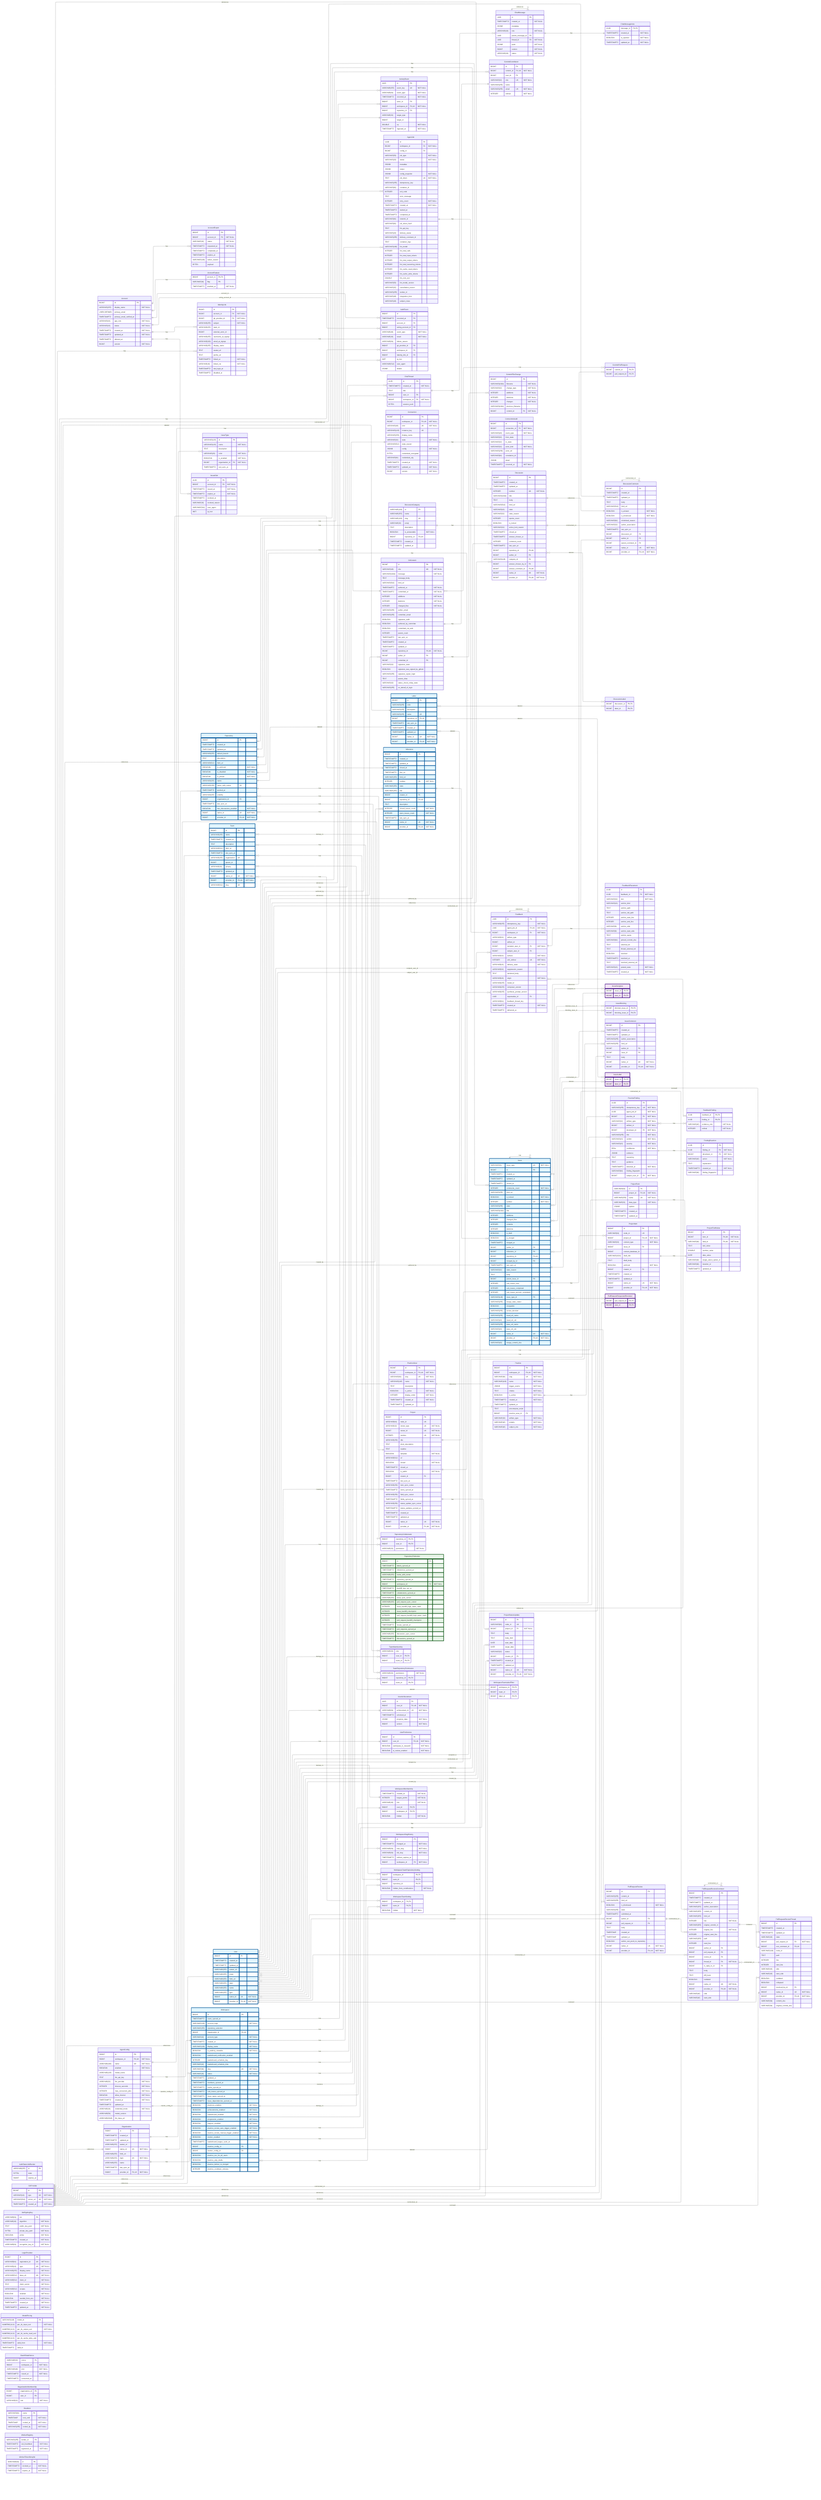
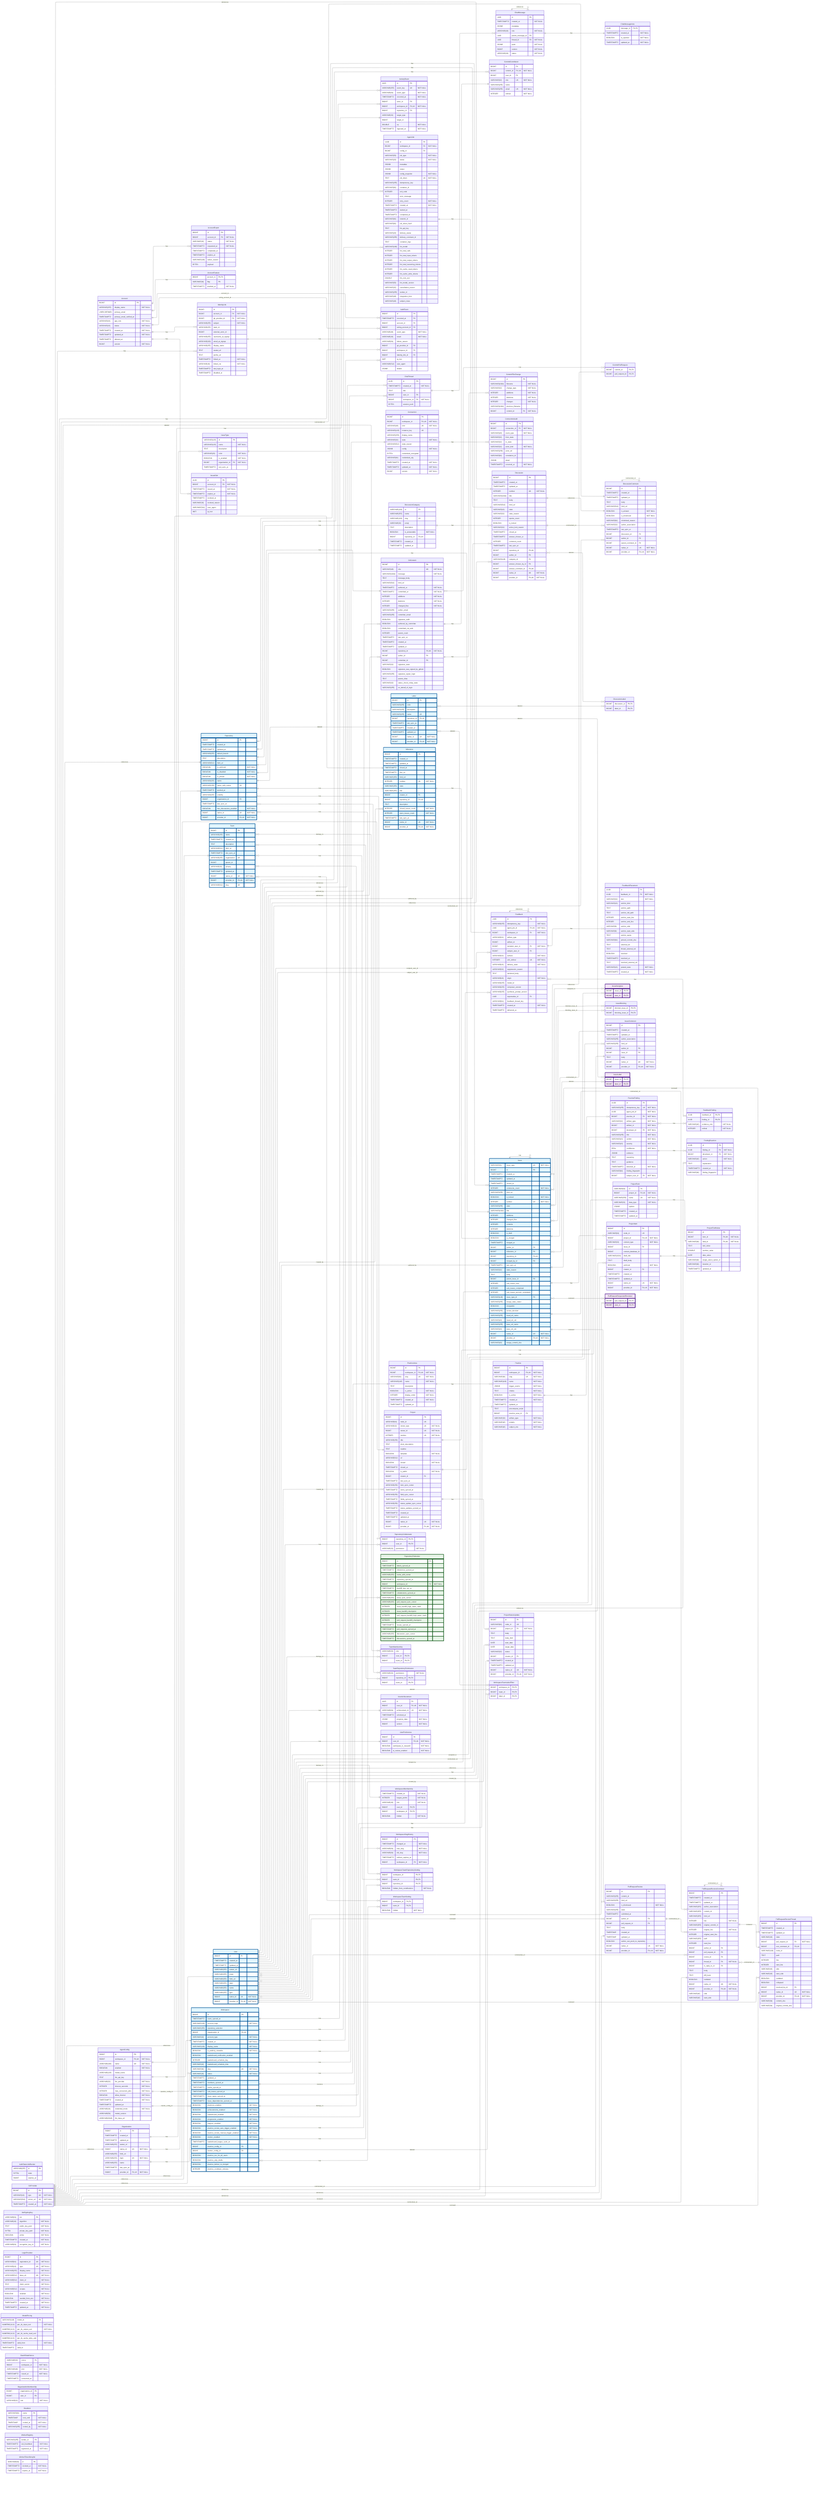
---
config:
    layout: elk
---
erDiagram
    %% Generated automatically from PostgreSQL database schema
    %% using scripts/generate-mermaid-erd.ts
    %% To regenerate: pnpm run db:generate-erd-docs

    direction LR

    Account {
        BIGINT id PK
        VARCHAR(255) display_name "NOT NULL"
        USER-DEFINED primary_email
        TIMESTAMPTZ primary_email_verified_at
        VARCHAR(16) app_role "NOT NULL"
        VARCHAR(16) status "NOT NULL"
        TIMESTAMPTZ created_at "NOT NULL"
        TIMESTAMPTZ updated_at "NOT NULL"
        TIMESTAMPTZ deleted_at
        BIGINT version "NOT NULL"
    }

    AccountExport {
        BIGINT id PK
        BIGINT account_id FK "NOT NULL"
        VARCHAR(16) status "NOT NULL"
        TIMESTAMPTZ requested_at "NOT NULL"
        TIMESTAMPTZ completed_at
        TIMESTAMPTZ expires_at
        VARCHAR(128) failure_reason
        BYTEA payload
    }

    AccountFeature {
        BIGINT account_id PK,FK
        VARCHAR(64) flag PK
        TIMESTAMPTZ enabled_at "NOT NULL"
    }

    ActivityEvent {
        UUID id PK
        VARCHAR(255) event_key UK "NOT NULL"
        VARCHAR(64) event_type "NOT NULL"
        TIMESTAMPTZ occurred_at "NOT NULL"
        BIGINT actor_id FK
        BIGINT workspace_id FK,UK "NOT NULL"
        BIGINT repository_id FK
        VARCHAR(32) target_type
        BIGINT target_id
        DOUBLE xp "NOT NULL"
        TIMESTAMPTZ ingested_at "NOT NULL"
    }

    AgentConfig {
        BIGINT id PK
        BIGINT workspace_id FK,UK "NOT NULL"
        VARCHAR(100) name UK "NOT NULL"
        BOOLEAN enabled "NOT NULL"
        VARCHAR(128) model_name
        TEXT llm_api_key
        VARCHAR(32) llm_provider "NOT NULL"
        INTEGER timeout_seconds "NOT NULL"
        INTEGER max_concurrent_jobs "NOT NULL"
        BOOLEAN allow_internet "NOT NULL"
        TIMESTAMPTZ created_at "NOT NULL"
        TIMESTAMPTZ updated_at
        VARCHAR(16) credential_mode "NOT NULL"
        VARCHAR(50) model_version
        VARCHAR(2048) llm_base_url
    }

    AgentJob {
        UUID id PK
        BIGINT workspace_id FK "NOT NULL"
        BIGINT config_id FK
        VARCHAR(50) job_type "NOT NULL"
        VARCHAR(20) status "NOT NULL"
        JSONB metadata
        JSONB output
        JSONB config_snapshot "NOT NULL"
        TEXT job_token UK "NOT NULL"
        VARCHAR(255) idempotency_key
        VARCHAR(64) container_id
        INTEGER exit_code
        TEXT error_message
        INTEGER retry_count "NOT NULL"
        TIMESTAMPTZ created_at "NOT NULL"
        TIMESTAMPTZ started_at
        TIMESTAMPTZ completed_at
        VARCHAR(64) network_id
        VARCHAR(64) job_token_hash
        TEXT llm_api_key
        VARCHAR(20) delivery_status
        VARCHAR(255) delivery_comment_id
        TEXT container_logs
        VARCHAR(100) llm_model
        INTEGER llm_total_calls
        INTEGER llm_total_input_tokens
        INTEGER llm_total_output_tokens
        INTEGER llm_total_reasoning_tokens
        INTEGER llm_cache_read_tokens
        INTEGER llm_cache_write_tokens
        DOUBLE llm_cost_usd
        VARCHAR(50) llm_model_version
        VARCHAR(32) cancellation_reason
        VARCHAR(255) worker_id
        VARCHAR(48) integration_kind
        VARCHAR(48) subject_class
    }

    AuthEvent {
        BIGINT id PK
        TIMESTAMPTZ occurred_at PK
        BIGINT account_id FK
        BIGINT acting_account_id FK
        VARCHAR(48) event_type "NOT NULL"
        VARCHAR(16) result "NOT NULL"
        VARCHAR(64) failure_reason
        BIGINT git_provider_id FK
        BIGINT workspace_id FK
        BIGINT identity_link_id FK
        INET ip_inet
        VARCHAR(512) user_agent
        JSONB details
    }

    AuthRateLimitBucket {
        VARCHAR(255) id PK
        BYTEA state
        BIGINT expires_at
    }

    ChatMessage {
        UUID id PK
        TIMESTAMPTZ created_at "NOT NULL"
        JSONB metadata
        VARCHAR(16) role "NOT NULL"
        UUID parent_message_id FK
        UUID thread_id FK "NOT NULL"
        JSONB parts "NOT NULL"
        BIGINT version "NOT NULL"
        VARCHAR(16) status "NOT NULL"
    }

    ChatMessageVote {
        UUID message_id PK,FK
        TIMESTAMPTZ created_at "NOT NULL"
        BOOLEAN is_upvoted "NOT NULL"
        TIMESTAMPTZ updated_at "NOT NULL"
    }

    ChatThread {
        UUID id PK
        TIMESTAMPTZ created_at "NOT NULL"
        TEXT title
        BIGINT user_id FK
        BIGINT workspace_id FK "NOT NULL"
        BYTEA session_jsonl
    }

    CommitContributor {
        BIGINT id PK
        BIGINT commit_id FK,UK "NOT NULL"
        BIGINT user_id FK
        VARCHAR(32) role UK "NOT NULL"
        VARCHAR(255) name
        VARCHAR(255) email UK "NOT NULL"
        INTEGER ordinal "NOT NULL"
    }

    CommitFileChange {
        BIGINT id PK
        VARCHAR(1024) filename "NOT NULL"
        VARCHAR(32) change_type "NOT NULL"
        INTEGER additions "NOT NULL"
        INTEGER deletions "NOT NULL"
        INTEGER changes "NOT NULL"
        VARCHAR(1024) previous_filename
        BIGINT commit_id FK "NOT NULL"
    }

    CommitPullRequest {
        BIGINT commit_id PK,FK
        BIGINT pull_request_id PK,FK
    }

    Connection {
        BIGINT id PK
        BIGINT workspace_id FK,UK "NOT NULL"
        VARCHAR(48) kind UK "NOT NULL"
        VARCHAR(128) instance_key UK
        VARCHAR(256) display_name
        VARCHAR(32) state "NOT NULL"
        VARCHAR(512) state_reason
        JSONB config "NOT NULL"
        BYTEA credentials_encrypted
        VARCHAR(64) credentials_alg
        TIMESTAMPTZ created_at "NOT NULL"
        TIMESTAMPTZ updated_at "NOT NULL"
        BIGINT version "NOT NULL"
    }

    ConnectionAudit {
        BIGINT id PK
        BIGINT connection_id FK "NOT NULL"
        VARCHAR(48) event_type "NOT NULL"
        VARCHAR(32) from_state
        VARCHAR(32) to_state
        VARCHAR(32) actor_kind "NOT NULL"
        VARCHAR(256) actor_ref
        VARCHAR(64) correlation_id
        JSONB detail
        TIMESTAMPTZ occurred_at "NOT NULL"
    }

    Discussion {
        BIGINT id PK
        TIMESTAMPTZ created_at
        TIMESTAMPTZ updated_at
        INTEGER number UK "NOT NULL"
        VARCHAR(1024) title
        TEXT body
        VARCHAR(512) html_url
        VARCHAR(16) state
        VARCHAR(32) state_reason
        INTEGER upvote_count
        BOOLEAN is_locked
        VARCHAR(32) active_lock_reason
        TIMESTAMPTZ closed_at
        TIMESTAMPTZ answer_chosen_at
        INTEGER comment_count
        TIMESTAMPTZ last_sync_at
        BIGINT repository_id FK,UK
        BIGINT author_id FK
        VARCHAR(128) category_id FK
        BIGINT answer_chosen_by_id FK
        BIGINT answer_comment_id FK,UK
        BIGINT native_id UK "NOT NULL"
        BIGINT provider_id FK,UK "NOT NULL"
    }

    DiscussionCategory {
        VARCHAR(128) id PK
        VARCHAR(255) name
        VARCHAR(128) slug UK
        VARCHAR(32) emoji
        TEXT description
        BOOLEAN is_answerable "NOT NULL"
        BIGINT repository_id FK,UK
        TIMESTAMPTZ created_at
        TIMESTAMPTZ updated_at
    }

    DiscussionComment {
        BIGINT id PK
        TIMESTAMPTZ created_at
        TIMESTAMPTZ updated_at
        TEXT body
        VARCHAR(512) html_url
        BOOLEAN is_answer "NOT NULL"
        BOOLEAN is_minimized "NOT NULL"
        VARCHAR(64) minimized_reason
        VARCHAR(32) author_association
        TIMESTAMPTZ last_sync_at
        BIGINT discussion_id FK
        BIGINT author_id FK
        BIGINT parent_comment_id FK
        BIGINT native_id UK "NOT NULL"
        BIGINT provider_id FK,UK "NOT NULL"
    }

    DiscussionLabel {
        BIGINT discussion_id PK,FK
        BIGINT label_id PK,FK
    }

    Feedback {
        UUID id PK
        VARCHAR(255) idempotency_key "NOT NULL"
        UUID agent_job_id FK,UK "NOT NULL"
        BIGINT workspace_id FK "NOT NULL"
        VARCHAR(32) artifact_type
        BIGINT artifact_id
        BIGINT recipient_user_id FK "NOT NULL"
        BIGINT subject_user_id FK
        VARCHAR(32) surface "NOT NULL"
        INTEGER unit_ordinal UK "NOT NULL"
        VARCHAR(16) delivery_state "NOT NULL"
        VARCHAR(32) suppression_reason
        TEXT rendered_body
        VARCHAR(16) origin "NOT NULL"
        VARCHAR(255) model_id
        VARCHAR(255) composer_version
        VARCHAR(255) synthesis_prompt_version
        UUID supersedes_id FK
        VARCHAR(64) feedback_thread_key
        TIMESTAMPTZ created_at "NOT NULL"
        TIMESTAMPTZ delivered_at
    }

    FeedbackFinding {
        UUID feedback_id PK,FK
        UUID finding_id PK,FK
        VARCHAR(16) evidence_role "NOT NULL"
        INTEGER ordinal "NOT NULL"
    }

    FeedbackPlacement {
        UUID id PK
        UUID feedback_id FK "NOT NULL"
        VARCHAR(32) slot "NOT NULL"
        VARCHAR(16) anchor_kind
        TEXT anchor_path
        TEXT anchor_old_path
        INTEGER anchor_start_line
        INTEGER anchor_end_line
        VARCHAR(8) anchor_side
        VARCHAR(8) anchor_start_side
        TEXT anchor_quote
        VARCHAR(64) pinned_commit_sha
        TEXT external_ref
        TEXT thread_external_ref
        BOOLEAN resolved
        TIMESTAMPTZ resolved_at
        TEXT resolved_external_ref
        VARCHAR(16) posted_state "NOT NULL"
        TIMESTAMPTZ created_at "NOT NULL"
    }

    FindingReaction {
        UUID id PK
        UUID finding_id FK "NOT NULL"
        BIGINT developer_id FK "NOT NULL"
        VARCHAR(16) action "NOT NULL"
        TEXT explanation
        TIMESTAMPTZ created_at "NOT NULL"
        VARCHAR(64) finding_fingerprint
    }

    GitCommit {
        BIGINT id PK
        VARCHAR(40) sha UK "NOT NULL"
        VARCHAR(1024) message "NOT NULL"
        TEXT message_body
        VARCHAR(512) html_url
        TIMESTAMPTZ authored_at "NOT NULL"
        TIMESTAMPTZ committed_at "NOT NULL"
        INTEGER additions "NOT NULL"
        INTEGER deletions "NOT NULL"
        INTEGER changed_files "NOT NULL"
        VARCHAR(255) author_email
        VARCHAR(255) committer_email
        BOOLEAN signature_valid
        BOOLEAN authored_by_committer
        BOOLEAN committed_via_web
        INTEGER parent_count
        TIMESTAMPTZ last_sync_at
        TIMESTAMPTZ created_at
        TIMESTAMPTZ updated_at
        BIGINT repository_id FK,UK "NOT NULL"
        BIGINT author_id FK
        BIGINT committer_id FK
        VARCHAR(32) signature_state
        BOOLEAN signature_was_signed_by_github
        VARCHAR(255) signature_signer_login
        TEXT parent_shas
        VARCHAR(32) status_check_rollup_state
        VARCHAR(255) on_behalf_of_login
    }

    GitProvider {
        BIGINT id PK
        VARCHAR(10) type UK "NOT NULL"
        VARCHAR(512) server_url UK "NOT NULL"
        TIMESTAMPTZ created_at "NOT NULL"
    }

    IdentityLink {
        BIGINT id PK
        BIGINT account_id FK "NOT NULL"
        BIGINT git_provider_id FK "NOT NULL"
        VARCHAR(255) subject "NOT NULL"
        VARCHAR(255) team_id
        BIGINT external_actor_id
        VARCHAR(255) username_at_signup
        VARCHAR(320) email_at_signup
        VARCHAR(255) display_name
        TEXT avatar_url
        TEXT profile_url
        TIMESTAMPTZ linked_at "NOT NULL"
        VARCHAR(16) linked_via "NOT NULL"
        TIMESTAMPTZ last_login_at
        TIMESTAMPTZ disabled_at
    }

    Issue {
        VARCHAR(31) issue_type UK "NOT NULL"
        BIGINT id PK
        TIMESTAMPTZ created_at
        TIMESTAMPTZ updated_at
        TIMESTAMPTZ closed_at
        INTEGER comments_count "NOT NULL"
        VARCHAR(255) html_url
        BOOLEAN is_locked "NOT NULL"
        INTEGER number UK "NOT NULL"
        VARCHAR(255) state
        VARCHAR(1024) title
        INTEGER additions
        INTEGER changed_files
        INTEGER commits
        INTEGER deletions
        BOOLEAN is_draft
        BOOLEAN is_merged
        TIMESTAMPTZ merged_at
        BIGINT author_id FK
        BIGINT milestone_id FK
        BIGINT repository_id FK,UK
        BIGINT merged_by_id FK
        TIMESTAMPTZ last_sync_at
        VARCHAR(32) state_reason
        TEXT body
        BIGINT parent_issue_id FK
        INTEGER sub_issues_total
        INTEGER sub_issues_completed
        INTEGER sub_issues_percent_completed
        VARCHAR(128) issue_type_id FK
        VARCHAR(255) merge_state_status
        BOOLEAN mergeable
        VARCHAR(255) review_decision
        VARCHAR(255) head_ref_name
        VARCHAR(40) head_ref_oid
        VARCHAR(255) base_ref_name
        VARCHAR(40) base_ref_oid
        BIGINT native_id UK "NOT NULL"
        BIGINT provider_id FK,UK "NOT NULL"
        VARCHAR(40) merge_commit_sha
    }

    IssueAssignee {
        BIGINT issue_id PK,FK
        BIGINT user_id PK,FK
    }

    IssueBlocking {
        BIGINT blocked_issue_id PK,FK
        BIGINT blocking_issue_id PK,FK
    }

    IssueComment {
        BIGINT id PK
        TIMESTAMPTZ created_at
        TIMESTAMPTZ updated_at
        VARCHAR(255) author_association
        VARCHAR(255) html_url
        BIGINT author_id FK
        BIGINT issue_id FK
        TEXT body
        BIGINT native_id UK "NOT NULL"
        BIGINT provider_id FK,UK "NOT NULL"
    }

    IssueLabel {
        BIGINT issue_id PK,FK
        BIGINT label_id PK,FK
    }

    IssueType {
        VARCHAR(128) id PK
        VARCHAR(128) name "NOT NULL"
        TEXT description
        VARCHAR(20) color "NOT NULL"
        BOOLEAN is_enabled "NOT NULL"
        BIGINT organization_id FK "NOT NULL"
        TIMESTAMPTZ last_sync_at
    }

    IssuedJwt {
        UUID jti PK
        BIGINT account_id FK "NOT NULL"
        TIMESTAMPTZ issued_at "NOT NULL"
        TIMESTAMPTZ expires_at "NOT NULL"
        TIMESTAMPTZ revoked_at
        VARCHAR(32) revoked_reason
        VARCHAR(512) user_agent
        INET ip_inet
    }

    JwtSigningKey {
        VARCHAR(64) kid PK
        VARCHAR(16) algorithm "NOT NULL"
        TEXT public_key_pem "NOT NULL"
        BYTEA private_key_pem "NOT NULL"
        BOOLEAN active "NOT NULL"
        TIMESTAMPTZ created_at "NOT NULL"
        VARCHAR(64) encryption_key_id "NOT NULL"
    }

    Label {
        BIGINT id PK
        VARCHAR(255) color
        VARCHAR(255) description
        VARCHAR(255) name UK
        BIGINT repository_id FK,UK
        TIMESTAMPTZ last_sync_at
        TIMESTAMPTZ created_at
        TIMESTAMPTZ updated_at
        BIGINT native_id UK "NOT NULL"
        BIGINT provider_id FK,UK "NOT NULL"
    }

    LoginProvider {
        BIGINT id PK
        VARCHAR(64) registration_id UK "NOT NULL"
        VARCHAR(10) type UK "NOT NULL"
        VARCHAR(255) display_name "NOT NULL"
        VARCHAR(512) base_url UK "NOT NULL"
        VARCHAR(512) client_id "NOT NULL"
        TEXT client_secret "NOT NULL"
        VARCHAR(512) scopes "NOT NULL"
        BOOLEAN enabled "NOT NULL"
        BOOLEAN seeded_from_env "NOT NULL"
        TIMESTAMPTZ created_at "NOT NULL"
        TIMESTAMPTZ updated_at "NOT NULL"
    }

    Milestone {
        BIGINT id PK
        TIMESTAMPTZ created_at
        TIMESTAMPTZ updated_at
        TIMESTAMPTZ closed_at
        TIMESTAMPTZ due_on
        VARCHAR(255) html_url
        INTEGER number UK "NOT NULL"
        VARCHAR(255) state
        VARCHAR(255) title
        BIGINT creator_id FK
        BIGINT repository_id FK,UK
        TEXT description
        INTEGER closed_issues_count "NOT NULL"
        INTEGER open_issues_count "NOT NULL"
        TIMESTAMPTZ last_sync_at
        BIGINT native_id UK "NOT NULL"
        BIGINT provider_id FK,UK "NOT NULL"
    }

    ModelPricing {
        VARCHAR(128) model_id PK
        NUMERIC(12,6) per_1k_input_usd "NOT NULL"
        NUMERIC(12,6) per_1k_output_usd "NOT NULL"
        NUMERIC(12,6) per_1k_cache_read_usd
        NUMERIC(12,6) per_1k_cache_write_usd
        TIMESTAMPTZ valid_from "NOT NULL"
        TIMESTAMPTZ valid_to
    }

    OauthStateNonce {
        VARCHAR(32) nonce PK
        BIGINT workspace_id "NOT NULL"
        VARCHAR(48) kind "NOT NULL"
        TIMESTAMPTZ issued_at "NOT NULL"
        TIMESTAMPTZ consumed_at
    }

    Organization {
        BIGINT id PK
        TIMESTAMPTZ created_at
        TIMESTAMPTZ updated_at
        VARCHAR(255) avatar_url
        BIGINT native_id UK "NOT NULL"
        VARCHAR(255) html_url
        VARCHAR(255) login UK "NOT NULL"
        VARCHAR(255) name
        TIMESTAMPTZ last_sync_at
        BIGINT provider_id FK,UK "NOT NULL"
    }

    OrganizationMembership {
        BIGINT organization_id PK
        BIGINT user_id PK
        VARCHAR(32) role "NOT NULL"
    }

    Practice {
        BIGINT id PK
        BIGINT workspace_id FK,UK "NOT NULL"
        VARCHAR(64) slug UK "NOT NULL"
        VARCHAR(128) name "NOT NULL"
        JSONB trigger_events "NOT NULL"
        TEXT criteria "NOT NULL"
        BOOLEAN is_active "NOT NULL"
        TIMESTAMPTZ created_at "NOT NULL"
        TIMESTAMPTZ updated_at
        TEXT precompute_script
        BIGINT practice_area_id FK
        VARCHAR(32) artifact_type "NOT NULL"
        VARCHAR(16) polarity "NOT NULL"
        VARCHAR(16) subject_role "NOT NULL"
    }

+     PracticeArea {
+         BIGINT id PK
+         BIGINT workspace_id FK,UK "NOT NULL"
+         VARCHAR(64) slug UK "NOT NULL"
+         VARCHAR(128) name "NOT NULL"
+         TEXT description
+         BOOLEAN is_active "NOT NULL"
+         INTEGER display_order "NOT NULL"
+         TIMESTAMPTZ created_at "NOT NULL"
+         TIMESTAMPTZ updated_at
+     }
+ 
    PracticeFinding {
        UUID id PK
        VARCHAR(255) idempotency_key UK "NOT NULL"
        UUID agent_job_id "NOT NULL"
        BIGINT practice_id FK "NOT NULL"
        VARCHAR(32) artifact_type "NOT NULL"
        BIGINT artifact_id "NOT NULL"
        BIGINT developer_id FK "NOT NULL"
        VARCHAR(255) title "NOT NULL"
        VARCHAR(16) verdict "NOT NULL"
        VARCHAR(16) severity "NOT NULL"
        REAL confidence "NOT NULL"
        JSONB evidence
        TEXT reasoning
        TEXT guidance
        TIMESTAMPTZ detected_at "NOT NULL"
        VARCHAR(64) finding_fingerprint
        BIGINT subject_user_id FK "NOT NULL"
-     }
- 
-     PracticeGoal {
-         BIGINT id PK
-         BIGINT workspace_id FK,UK "NOT NULL"
-         VARCHAR(64) slug UK "NOT NULL"
-         VARCHAR(128) name "NOT NULL"
-         TEXT description
-         BOOLEAN is_active "NOT NULL"
-         INTEGER display_order "NOT NULL"
-         TIMESTAMPTZ created_at "NOT NULL"
-         TIMESTAMPTZ updated_at
    }

    Project {
        BIGINT id PK
        VARCHAR(64) node_id UK
        VARCHAR(32) owner_type UK "NOT NULL"
        BIGINT owner_id UK "NOT NULL"
        INTEGER number UK "NOT NULL"
        VARCHAR(256) title
        TEXT short_description
        TEXT readme
        BOOLEAN template "NOT NULL"
        VARCHAR(512) url
        BOOLEAN closed "NOT NULL"
        TIMESTAMPTZ closed_at
        BOOLEAN is_public "NOT NULL"
        BIGINT creator_id FK
        TIMESTAMPTZ last_sync_at
        VARCHAR(256) item_sync_cursor
        TIMESTAMPTZ items_synced_at
        VARCHAR(256) field_sync_cursor
        TIMESTAMPTZ fields_synced_at
        VARCHAR(256) status_update_sync_cursor
        TIMESTAMPTZ status_updates_synced_at
        TIMESTAMPTZ created_at
        TIMESTAMPTZ updated_at
        BIGINT native_id UK "NOT NULL"
        BIGINT provider_id FK,UK "NOT NULL"
    }

    ProjectField {
        VARCHAR(64) id PK
        BIGINT project_id FK,UK "NOT NULL"
        VARCHAR(256) name UK "NOT NULL"
        VARCHAR(32) data_type "NOT NULL"
        JSONB options
        TIMESTAMPTZ created_at
        TIMESTAMPTZ updated_at
    }

    ProjectFieldValue {
        BIGINT id PK
        BIGINT item_id FK,UK "NOT NULL"
        VARCHAR(64) field_id FK,UK "NOT NULL"
        TEXT text_value
        DOUBLE number_value
        DATE date_value
        VARCHAR(64) single_select_option_id
        VARCHAR(64) iteration_id
        TIMESTAMPTZ updated_at
    }

    ProjectItem {
        BIGINT id PK
        VARCHAR(64) node_id UK
        BIGINT project_id FK,UK "NOT NULL"
        VARCHAR(32) content_type "NOT NULL"
        BIGINT issue_id FK
        BIGINT content_database_id
        VARCHAR(1024) draft_title
        TEXT draft_body
        BOOLEAN archived "NOT NULL"
        BIGINT creator_id FK
        TIMESTAMPTZ created_at
        TIMESTAMPTZ updated_at
        BIGINT native_id UK "NOT NULL"
        BIGINT provider_id FK,UK "NOT NULL"
    }

    ProjectStatusUpdate {
        BIGINT id PK
        VARCHAR(64) node_id UK
        BIGINT project_id FK "NOT NULL"
        TEXT body
        TEXT body_html
        DATE start_date
        DATE target_date
        VARCHAR(32) status
        BIGINT creator_id FK
        TIMESTAMPTZ created_at
        TIMESTAMPTZ updated_at
        BIGINT native_id UK "NOT NULL"
        BIGINT provider_id FK,UK "NOT NULL"
    }

    PullRequestRequestedReviewer {
        BIGINT pull_request_id PK,FK
        BIGINT user_id PK,FK
    }

    PullRequestReview {
        BIGINT id PK
        VARCHAR(255) commit_id
        VARCHAR(255) html_url
        BOOLEAN is_dismissed "NOT NULL"
        VARCHAR(255) state
        TIMESTAMPTZ submitted_at
        BIGINT author_id FK
        BIGINT pull_request_id FK
        TEXT body
        TIMESTAMP created_at
        TIMESTAMP updated_at
        BOOLEAN author_can_push_to_repository
        BIGINT native_id UK "NOT NULL"
        BIGINT provider_id FK,UK "NOT NULL"
    }

    PullRequestReviewComment {
        BIGINT id PK
        TIMESTAMPTZ created_at
        TIMESTAMPTZ updated_at
        VARCHAR(255) author_association
        VARCHAR(255) commit_id
        VARCHAR(255) html_url
        INTEGER line "NOT NULL"
        VARCHAR(255) original_commit_id
        INTEGER original_line "NOT NULL"
        INTEGER original_start_line
        VARCHAR(255) path
        INTEGER start_line
        BIGINT author_id FK
        BIGINT pull_request_id FK
        BIGINT review_id FK
        BIGINT thread_id FK "NOT NULL"
        BIGINT in_reply_to_id FK
        TEXT body
        TEXT diff_hunk
        BOOLEAN outdated
        BIGINT native_id UK "NOT NULL"
        BIGINT provider_id FK,UK "NOT NULL"
        VARCHAR(16) side
        VARCHAR(16) start_side
    }

    PullRequestReviewThread {
        BIGINT id PK
        TIMESTAMPTZ created_at
        TIMESTAMPTZ updated_at
        VARCHAR(20) state
        BIGINT pull_request_id FK "NOT NULL"
        BIGINT root_comment_id FK,UK
        VARCHAR(128) node_id
        TEXT path
        INTEGER line
        INTEGER start_line
        VARCHAR(16) side
        VARCHAR(16) start_side
        BOOLEAN outdated
        BOOLEAN collapsed
        BIGINT resolved_by_id FK
        BIGINT native_id UK "NOT NULL"
        BIGINT provider_id FK,UK "NOT NULL"
        VARCHAR(64) commit_sha
        VARCHAR(64) original_commit_sha
    }

    Repository {
        BIGINT id PK
        TIMESTAMPTZ created_at
        TIMESTAMPTZ updated_at
        VARCHAR(255) default_branch
        TEXT description
        VARCHAR(512) html_url
        BOOLEAN is_archived "NOT NULL"
        BOOLEAN is_disabled "NOT NULL"
        BOOLEAN is_private "NOT NULL"
        VARCHAR(255) name
        VARCHAR(150) name_with_owner UK
        TIMESTAMPTZ pushed_at
        VARCHAR(255) visibility
        BIGINT organization_id FK
        TIMESTAMPTZ last_sync_at
        BOOLEAN has_discussions_enabled "NOT NULL"
        BIGINT native_id UK "NOT NULL"
        BIGINT provider_id FK,UK "NOT NULL"
    }

    RepositoryCollaborator {
        BIGINT repository_id PK,FK
        BIGINT user_id PK,FK
        VARCHAR(32) permission "NOT NULL"
    }

    RepositoryToMonitor {
        BIGINT id PK
        TIMESTAMPTZ labels_synced_at
        TIMESTAMPTZ milestones_synced_at
        VARCHAR(255) name_with_owner
        TIMESTAMPTZ repository_synced_at
        BIGINT workspace_id FK "NOT NULL"
        TIMESTAMPTZ backfill_last_run_at
        TIMESTAMPTZ collaborators_synced_at
        VARCHAR(255) issue_sync_cursor
        VARCHAR(255) pull_request_sync_cursor
        INTEGER issue_backfill_high_water_mark
        INTEGER issue_backfill_checkpoint
        INTEGER pull_request_backfill_high_water_mark
        INTEGER pull_request_backfill_checkpoint
        TIMESTAMPTZ issues_synced_at
        TIMESTAMPTZ pull_requests_synced_at
        VARCHAR(255) discussion_sync_cursor
        TIMESTAMPTZ discussions_synced_at
    }

    Shedlock {
        VARCHAR(64) name PK
        TIMESTAMP lock_until "NOT NULL"
        TIMESTAMP locked_at "NOT NULL"
        VARCHAR(255) locked_by "NOT NULL"
    }

    Team {
        BIGINT id PK
        VARCHAR(255) name
        TIMESTAMPTZ created_at
        TEXT description
        VARCHAR(512) html_url
        TIMESTAMPTZ last_sync_at
        VARCHAR(255) organization UK
        BIGINT parent_id
        VARCHAR(32) privacy
        TIMESTAMPTZ updated_at
        BIGINT native_id UK "NOT NULL"
        BIGINT provider_id FK,UK "NOT NULL"
        VARCHAR(512) slug UK
    }

    TeamMembership {
        VARCHAR(32) role
        BIGINT user_id PK,FK
        BIGINT team_id PK,FK
    }

    TeamRepositoryPermission {
        VARCHAR(32) permission "NOT NULL"
        BIGINT repository_id PK,FK
        BIGINT team_id PK,FK
    }

    User {
        BIGINT id PK
        TIMESTAMPTZ created_at
        TIMESTAMPTZ updated_at
        VARCHAR(255) avatar_url
        VARCHAR(255) email
        VARCHAR(255) html_url
        VARCHAR(255) login
        VARCHAR(255) name
        VARCHAR(255) type
        BIGINT native_id UK "NOT NULL"
        BIGINT provider_id FK,UK "NOT NULL"
    }

    UserAchievement {
        UUID id PK
        BIGINT user_id FK,UK "NOT NULL"
        VARCHAR(64) achievement_id UK "NOT NULL"
        TIMESTAMPTZ unlocked_at
        JSONB progress_data "NOT NULL"
        BIGINT version "NOT NULL"
    }

    UserPreference {
        BIGINT id PK
        BIGINT user_id FK,UK "NOT NULL"
        BOOLEAN participate_in_research "NOT NULL"
        BOOLEAN ai_review_enabled "NOT NULL"
    }

    WorkerRegistry {
        VARCHAR(255) worker_id PK
        TIMESTAMPTZ last_heartbeat "NOT NULL"
        TIMESTAMPTZ registered_at "NOT NULL"
    }

    WorkerTokenDenylist {
        VARCHAR(64) jti PK
        TIMESTAMPTZ revoked_at "NOT NULL"
        TIMESTAMPTZ expires_at "NOT NULL"
    }

    Workspace {
        BIGINT id PK
        TIMESTAMPTZ users_synced_at
        VARCHAR(120) account_login "NOT NULL"
        VARCHAR(255) repository_selection
        BIGINT organization_id FK,UK
        VARCHAR(10) account_type "NOT NULL"
        TIMESTAMPTZ created_at "NOT NULL"
        VARCHAR(120) display_name "NOT NULL"
        BOOLEAN is_publicly_viewable "NOT NULL"
        BOOLEAN leaderboard_notification_enabled
        INTEGER leaderboard_schedule_day
        VARCHAR(10) leaderboard_schedule_time
        VARCHAR(64) slug UK "NOT NULL"
        VARCHAR(20) status "NOT NULL"
        TIMESTAMPTZ updated_at
        TIMESTAMPTZ members_synced_at
        TIMESTAMPTZ teams_synced_at
        TIMESTAMPTZ sub_issues_synced_at
        TIMESTAMPTZ issue_types_synced_at
        TIMESTAMPTZ issue_dependencies_synced_at
        BOOLEAN practices_enabled "NOT NULL"
        BOOLEAN achievements_enabled "NOT NULL"
        BOOLEAN leaderboard_enabled "NOT NULL"
        BOOLEAN progression_enabled "NOT NULL"
        BOOLEAN leagues_enabled "NOT NULL"
        BOOLEAN practice_review_auto_trigger_enabled "NOT NULL"
        BOOLEAN practice_review_manual_trigger_enabled "NOT NULL"
        BOOLEAN mentor_enabled "NOT NULL"
        TIMESTAMPTZ leaderboard_league_cycle_at
        BIGINT practice_config_id FK
        BIGINT mentor_config_id FK
        BOOLEAN practice_run_for_all_users
        BOOLEAN practice_skip_drafts
        BOOLEAN practice_deliver_to_merged
        INTEGER practice_cooldown_minutes
    }

    WorkspaceMembership {
        TIMESTAMPTZ created_at "NOT NULL"
        INTEGER league_points "NOT NULL"
        VARCHAR(16) role "NOT NULL"
        BIGINT user_id PK,FK
        BIGINT workspace_id PK,FK
        BOOLEAN hidden "NOT NULL"
    }

    WorkspaceSlugHistory {
        BIGINT id PK
        TIMESTAMPTZ changed_at "NOT NULL"
        VARCHAR(64) new_slug "NOT NULL"
        VARCHAR(64) old_slug "NOT NULL"
        TIMESTAMPTZ redirect_expires_at
        BIGINT workspace_id FK "NOT NULL"
    }

    WorkspaceTeamLabelFilter {
        BIGINT workspace_id PK,FK
        BIGINT team_id PK,FK
        BIGINT label_id PK,FK
    }

    WorkspaceTeamRepositorySetting {
        BIGINT workspace_id PK,FK
        BIGINT team_id PK,FK
        BIGINT repository_id PK,FK
        BOOLEAN hidden_from_contributions "NOT NULL"
    }

    WorkspaceTeamSetting {
        BIGINT workspace_id PK,FK
        BIGINT team_id PK,FK
        BOOLEAN hidden "NOT NULL"
    }

    %% Relationships
    %% One-to-One relationships
    Account ||--|| AccountFeature : has
    Workspace ||--|| ActivityEvent : has
    Workspace ||--|| AgentConfig : has
    ChatMessage ||--|| ChatMessageVote : has
    GitCommit ||--|| CommitContributor : has
    Workspace ||--|| Connection : has
    Repository ||--|| Discussion : has
    DiscussionComment ||--|| Discussion : references
    GitProvider ||--|| Discussion : references
    Repository ||--|| DiscussionCategory : has
    GitProvider ||--|| DiscussionComment : commented_on
    AgentJob ||--|| Feedback : has
    Repository ||--|| GitCommit : has
    Repository ||--|| Issue : has
    GitProvider ||--|| Issue : references
    GitProvider ||--|| IssueComment : commented_on
    Repository ||--|| Label : labeled
    GitProvider ||--|| Label : labeled
    Repository ||--|| Milestone : has
    GitProvider ||--|| Milestone : references
    GitProvider ||--|| Organization : references
    Workspace ||--|| Practice : has
-     Workspace ||--|| PracticeGoal : has
+     Workspace ||--|| PracticeArea : has
    GitProvider ||--|| Project : references
    Project ||--|| ProjectField : has
    ProjectItem ||--|| ProjectFieldValue : has
    ProjectField ||--|| ProjectFieldValue : has
    Project ||--|| ProjectItem : has
    GitProvider ||--|| ProjectItem : references
    GitProvider ||--|| ProjectStatusUpdate : references
    GitProvider ||--|| PullRequestReview : reviewed
    GitProvider ||--|| PullRequestReviewComment : commented_on
    PullRequestReviewComment ||--|| PullRequestReviewThread : reviewed
    GitProvider ||--|| PullRequestReviewThread : reviewed
    GitProvider ||--|| Repository : references
    GitProvider ||--|| Team : references
    GitProvider ||--|| User : references
    User ||--|| UserAchievement : has
    User ||--|| UserPreference : has
    Organization ||--|| Workspace : has
    User ||--|| WorkspaceMembership : belongs_to
    Workspace ||--|| WorkspaceMembership : belongs_to

    %% One-to-Many relationships
    Account ||--o{ AccountExport : has
    User ||--o{ ActivityEvent : references
    Repository ||--o{ ActivityEvent : has
    Workspace ||--o{ AgentJob : has
    AgentConfig ||--o{ AgentJob : has
    Account ||--o{ AuthEvent : account_id
    Account ||--o{ AuthEvent : acting_account_id
    GitProvider ||--o{ AuthEvent : has
    Workspace ||--o{ AuthEvent : has
    IdentityLink ||--o{ AuthEvent : has
    ChatMessage ||--o{ ChatMessage : references
    ChatThread ||--o{ ChatMessage : has
    User ||--o{ ChatThread : has
    Workspace ||--o{ ChatThread : has
    User ||--o{ CommitContributor : has
    GitCommit ||--o{ CommitFileChange : has
    Connection ||--o{ ConnectionAudit : has
    User ||--o{ Discussion : authored_by
    DiscussionCategory ||--o{ Discussion : has
    User ||--o{ Discussion : references
    Discussion ||--o{ DiscussionComment : commented_on
    User ||--o{ DiscussionComment : commented_on
    DiscussionComment ||--o{ DiscussionComment : commented_on
    Workspace ||--o{ Feedback : has
    User ||--o{ Feedback : recipient_user_id
    User ||--o{ Feedback : subject_user_id
    Feedback ||--o{ Feedback : references
    Feedback ||--o{ FeedbackPlacement : has
    PracticeFinding ||--o{ FindingReaction : has
    User ||--o{ FindingReaction : references
    User ||--o{ GitCommit : authored_by
    User ||--o{ GitCommit : references
    Account ||--o{ IdentityLink : has
    GitProvider ||--o{ IdentityLink : has
    User ||--o{ Issue : authored_by
    Milestone ||--o{ Issue : has
    User ||--o{ Issue : merged_by
    Issue ||--o{ Issue : has
    IssueType ||--o{ Issue : has
    User ||--o{ IssueComment : commented_on
    Issue ||--o{ IssueComment : commented_on
    Organization ||--o{ IssueType : has
    Account ||--o{ IssuedJwt : has
    User ||--o{ Milestone : created_by
-     PracticeGoal ||--o{ Practice : references
+     PracticeArea ||--o{ Practice : has
    Practice ||--o{ PracticeFinding : has
    User ||--o{ PracticeFinding : references
    User ||--o{ PracticeFinding : has
    User ||--o{ Project : created_by
    Issue ||--o{ ProjectItem : has
    User ||--o{ ProjectItem : created_by
    Project ||--o{ ProjectStatusUpdate : has
    User ||--o{ ProjectStatusUpdate : created_by
    User ||--o{ PullRequestReview : reviewed
    Issue ||--o{ PullRequestReview : reviewed
    User ||--o{ PullRequestReviewComment : commented_on
    Issue ||--o{ PullRequestReviewComment : commented_on
    PullRequestReview ||--o{ PullRequestReviewComment : commented_on
    PullRequestReviewThread ||--o{ PullRequestReviewComment : commented_on
    PullRequestReviewComment ||--o{ PullRequestReviewComment : commented_on
    Issue ||--o{ PullRequestReviewThread : reviewed
    User ||--o{ PullRequestReviewThread : reviewed
    Organization ||--o{ Repository : has
    Workspace ||--o{ RepositoryToMonitor : monitors
    AgentConfig ||--o{ Workspace : practice_config_id
    AgentConfig ||--o{ Workspace : mentor_config_id
    Workspace ||--o{ WorkspaceSlugHistory : has

    %% Many-to-Many relationships
    GitCommit }o--o{ CommitPullRequest : has
    Issue }o--o{ CommitPullRequest : references
    Discussion }o--o{ DiscussionLabel : labeled
    Label }o--o{ DiscussionLabel : labeled
    Feedback }o--o{ FeedbackFinding : has
    PracticeFinding }o--o{ FeedbackFinding : has
    Issue }o--o{ IssueAssignee : assigned_to
    User }o--o{ IssueAssignee : assigned_to
    Issue }o--o{ IssueBlocking : blocked_issue_id
    Issue }o--o{ IssueBlocking : blocking_issue_id
    Issue }o--o{ IssueLabel : labeled
    Label }o--o{ IssueLabel : labeled
    Issue }o--o{ PullRequestRequestedReviewer : reviewed
    User }o--o{ PullRequestRequestedReviewer : reviewed
    Repository }o--o{ RepositoryCollaborator : has
    User }o--o{ RepositoryCollaborator : has
    User }o--o{ TeamMembership : belongs_to
    Team }o--o{ TeamMembership : belongs_to
    Repository }o--o{ TeamRepositoryPermission : has
    Team }o--o{ TeamRepositoryPermission : has
    Workspace }o--o{ WorkspaceTeamLabelFilter : labeled
    Team }o--o{ WorkspaceTeamLabelFilter : labeled
    Label }o--o{ WorkspaceTeamLabelFilter : labeled
    Workspace }o--o{ WorkspaceTeamRepositorySetting : has
    Team }o--o{ WorkspaceTeamRepositorySetting : has
    Repository }o--o{ WorkspaceTeamRepositorySetting : has
    Workspace }o--o{ WorkspaceTeamSetting : has
    Team }o--o{ WorkspaceTeamSetting : has

    %% Styling
    classDef primaryEntity fill:#e1f5fe,stroke:#01579b,stroke-width:2px
    classDef associationEntity fill:#f3e5f5,stroke:#4a148c,stroke-width:2px
    classDef metadataEntity fill:#e8f5e8,stroke:#1b5e20,stroke-width:2px

    class Issue primaryEntity
    class IssueAssignee associationEntity
    class IssueLabel associationEntity
    class Label primaryEntity
    class Milestone primaryEntity
    class PullRequestRequestedReviewer associationEntity
    class Repository primaryEntity
    class RepositoryToMonitor metadataEntity
    class Team primaryEntity
    class User primaryEntity
    class Workspace primaryEntity
